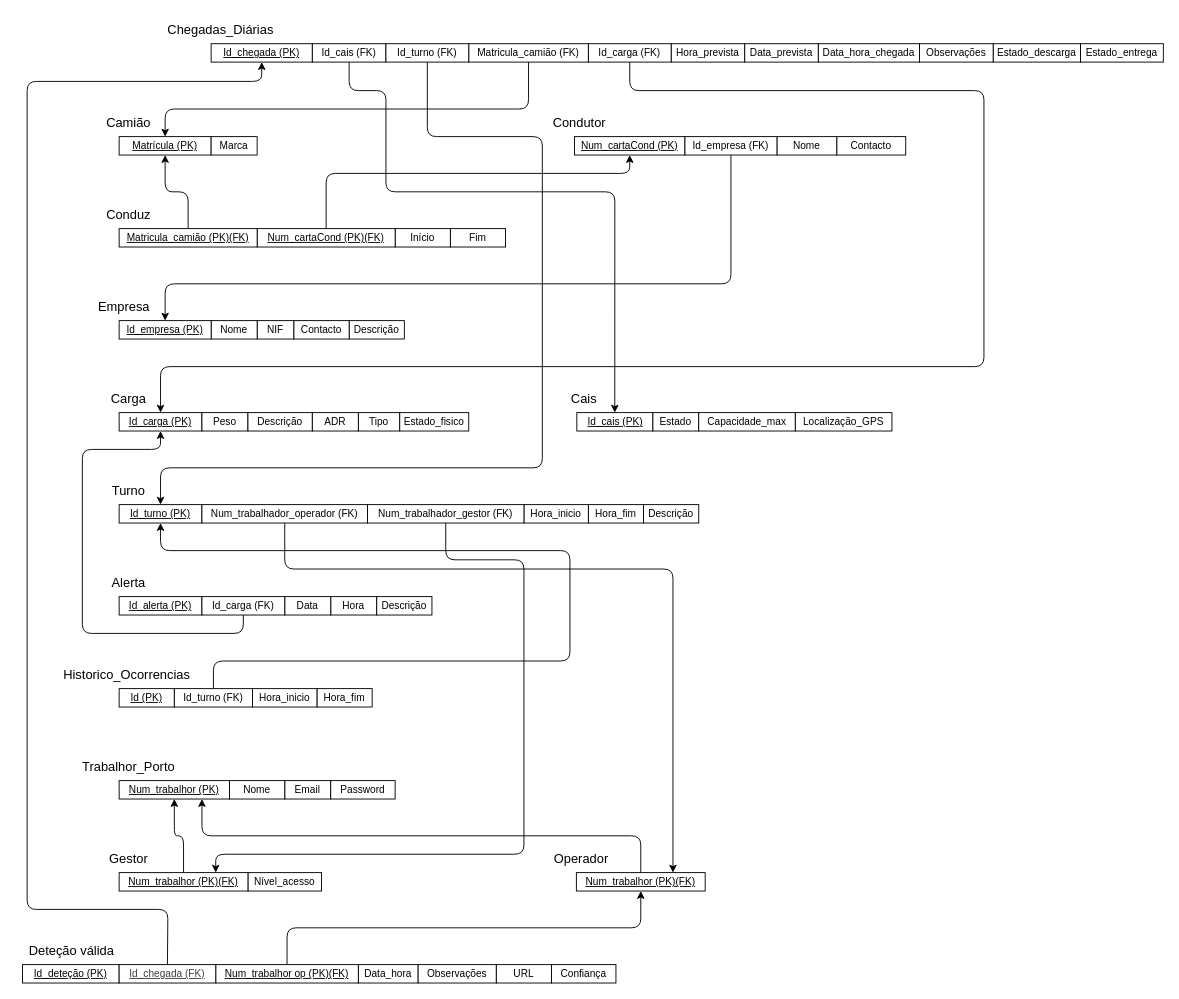
Earlier version of the draw.io diagram docs/BD/Relacional/ER-BD-IntelligentLogistics.drawio (PEI-HAZARDS/IntelligentLogistics). Source tidied: cells renumbered, new cells numbered last; positions are measured from the earlier drawing's top-left corner, leaving out a move shared by most shapes. Both pictures are drawn from the tidied source at 92%, with x=0, y=0 at pixel (16, 16).
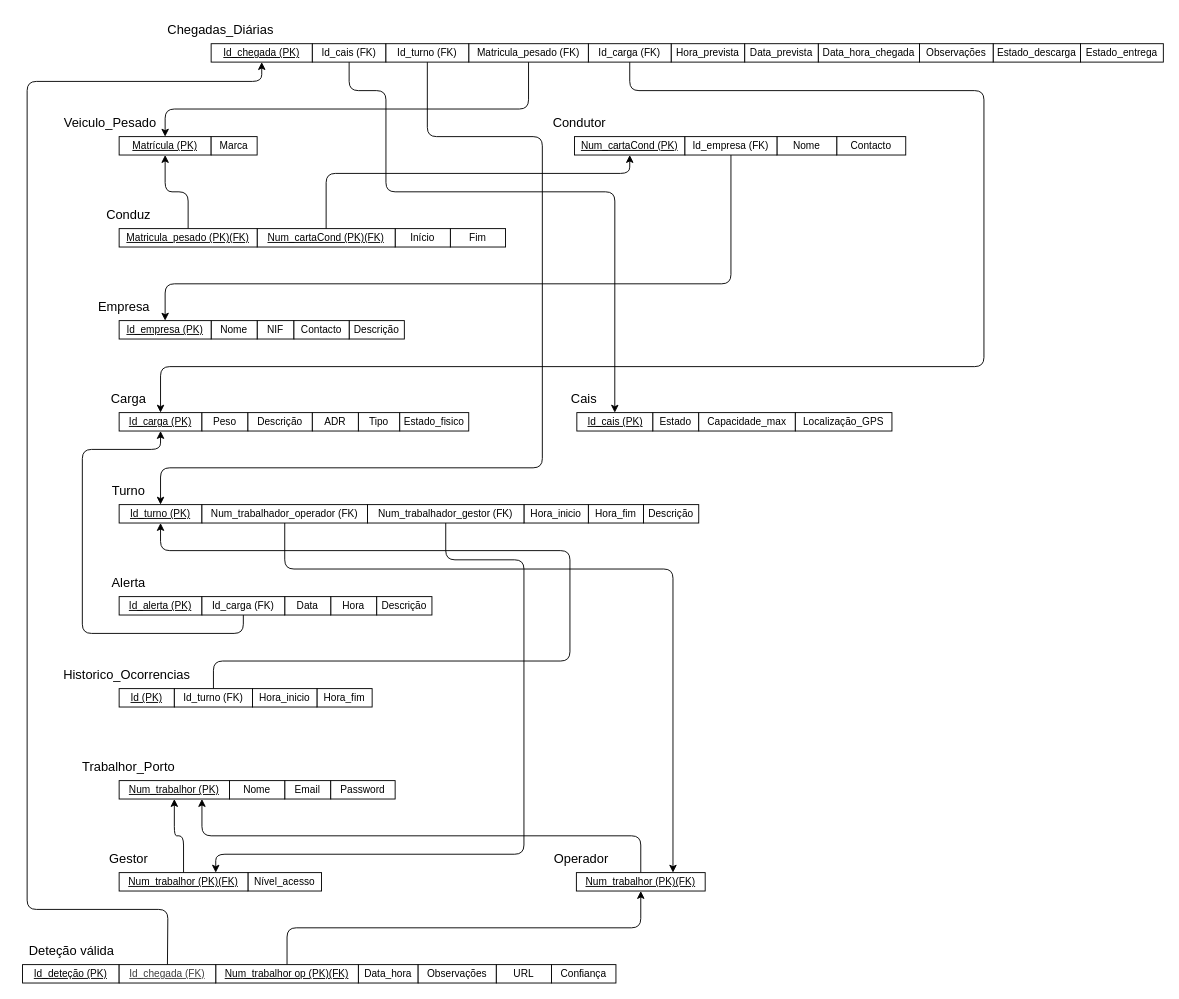
The same diagram, later.

Change to the diagram source:
```diff
@@
-    <mxCell id="27" value="&lt;font style=&quot;font-size: 14px;&quot;&gt;Camião&lt;/font&gt;" style="text;html=1;align=center;verticalAlign=middle;strokeColor=none;fillColor=none;" parent="1" vertex="1">
-      <mxGeometry x="87" y="101" width="70" height="30" as="geometry" />
+    <mxCell id="27" value="&lt;font style=&quot;font-size: 14px;&quot;&gt;Veiculo_Pesado&lt;/font&gt;" style="text;html=1;align=center;verticalAlign=middle;strokeColor=none;fillColor=none;" parent="1" vertex="1">
+      <mxGeometry x="42" y="101" width="120" height="30" as="geometry" />
     </mxCell>
@@
-    <mxCell id="71" value="&lt;font style=&quot;font-size: 11px;&quot;&gt;Matricula_camião (FK)&lt;/font&gt;" style="rounded=0;whiteSpace=wrap;html=1;" parent="1" vertex="1">
+    <mxCell id="71" value="&lt;font style=&quot;font-size: 11px;&quot;&gt;Matricula_pesado (FK)&lt;/font&gt;" style="rounded=0;whiteSpace=wrap;html=1;" parent="1" vertex="1">
       <mxGeometry x="492" y="30" width="130" height="20" as="geometry" />
     </mxCell>
@@
-    <mxCell id="75" value="&lt;font style=&quot;font-size: 11px;&quot;&gt;&lt;u&gt;Matricula_camião (PK)(FK)&lt;/u&gt;&lt;/font&gt;" style="rounded=0;whiteSpace=wrap;html=1;" parent="1" vertex="1">
+    <mxCell id="75" value="&lt;font style=&quot;font-size: 11px;&quot;&gt;&lt;u&gt;Matricula_pesado (PK)(FK)&lt;/u&gt;&lt;/font&gt;" style="rounded=0;whiteSpace=wrap;html=1;" parent="1" vertex="1">
       <mxGeometry x="112" y="231" width="150" height="20" as="geometry" />
     </mxCell>
```
